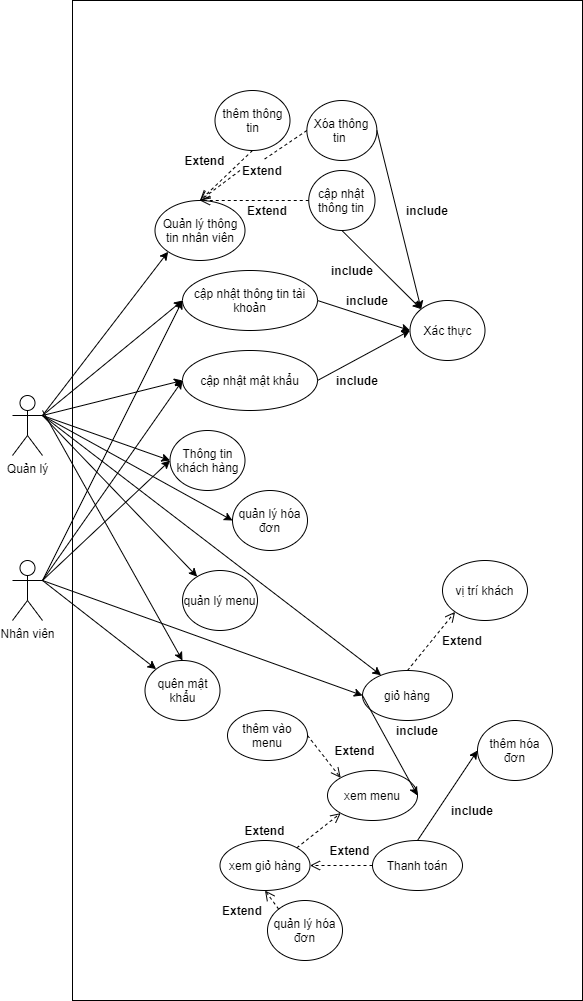
518H0090/FinalProjectAndroid keeps this draw.io diagram as Sơ đồ/all.png. Above is the earlier version. Source tidied: cells renumbered, new cells last; positions are measured from the earlier drawing's top-left corner, leaving out a move shared by most shapes.
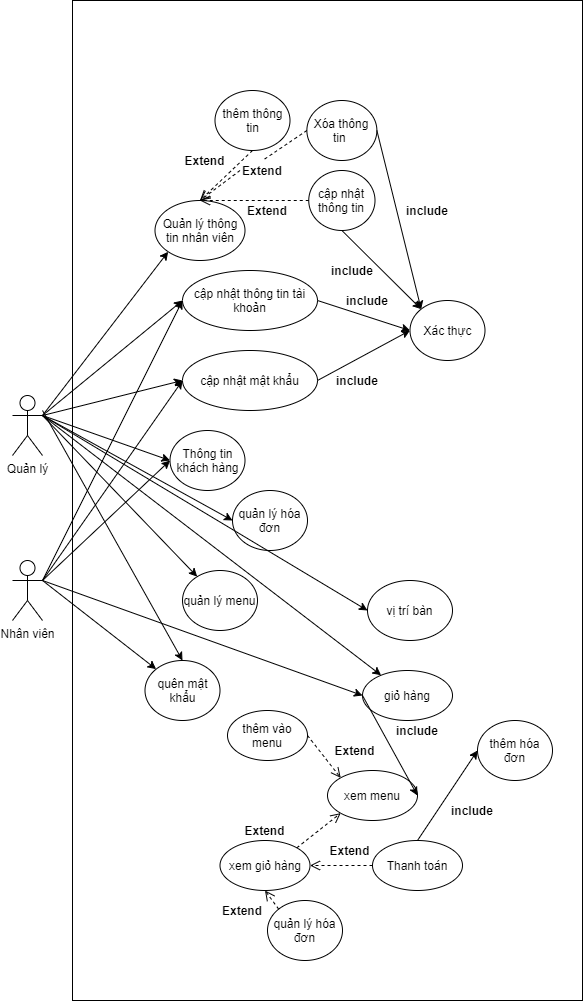
Above is the later version.

Diff of the diagram source:
```diff
@@ -14,9 +14,9 @@
     <mxCell id="5" value="quản lý menu" style="ellipse;whiteSpace=wrap;html=1;" parent="1" vertex="1">
       <mxGeometry x="170" y="570" width="75" height="60" as="geometry" />
     </mxCell>
-    <mxCell id="6" value="vị trí khách" style="ellipse;whiteSpace=wrap;html=1;" parent="1" vertex="1">
-      <mxGeometry x="430" y="560" width="85" height="60" as="geometry" />
-    </mxCell>
+    <mxCell id="66" value="vị trí bàn" style="ellipse;whiteSpace=wrap;html=1;" parent="1" vertex="1">
+      <mxGeometry x="355" y="580" width="85" height="60" as="geometry" />
+    </mxCell>
     <mxCell id="7" style="endArrow=classic;html=1;entryX=0;entryY=1;entryDx=0;entryDy=0;exitX=1;exitY=0.3333333333333333;exitDx=0;exitDy=0;exitPerimeter=0;" parent="1" edge="1" source="3" target="4">
       <mxGeometry relative="1" as="geometry" />
     </mxCell>
@@ -47,12 +47,6 @@
     <mxCell id="16" value="giỏ hàng" style="ellipse;whiteSpace=wrap;html=1;" parent="1" vertex="1">
       <mxGeometry x="350" y="670" width="90" height="50" as="geometry" />
     </mxCell>
-    <mxCell id="17" style="html=1;verticalAlign=bottom;endArrow=open;dashed=1;endSize=8;exitX=0.5;exitY=0;exitDx=0;exitDy=0;entryX=0;entryY=1;entryDx=0;entryDy=0;" parent="1" edge="1" source="16" target="6">
-      <mxGeometry relative="1" as="geometry" />
-    </mxCell>
-    <mxCell id="18" value="Extend" style="text;align=center;fontStyle=1;verticalAlign=middle;spacingLeft=3;spacingRight=3;strokeColor=none;" parent="1" vertex="1">
-      <mxGeometry x="427.5" y="630" width="45" height="20" as="geometry" />
-    </mxCell>
     <mxCell id="19" value="Thanh toán" style="ellipse;whiteSpace=wrap;html=1;" parent="1" vertex="1">
       <mxGeometry x="360" y="840" width="90" height="50" as="geometry" />
     </mxCell>
@@ -107,11 +101,11 @@
     <mxCell id="36" style="html=1;verticalAlign=bottom;endArrow=open;dashed=1;endSize=8;exitX=0;exitY=0.5;exitDx=0;exitDy=0;entryX=0.5;entryY=0;entryDx=0;entryDy=0;startArrow=none;" parent="1" edge="1" source="41" target="4">
       <mxGeometry relative="1" as="geometry" />
     </mxCell>
-    <mxCell id="37" style="html=1;verticalAlign=bottom;endArrow=open;dashed=1;endSize=8;exitX=0;exitY=0.5;exitDx=0;exitDy=0;" parent="1" edge="1" source="31">
-      <mxGeometry relative="1" as="geometry">
-        <mxPoint x="187.5" y="200" as="targetPoint" />
-      </mxGeometry>
-    </mxCell>
+    <mxCell id="67" style="html=1;verticalAlign=bottom;endArrow=open;dashed=1;endSize=8;exitX=0;exitY=0.5;exitDx=0;exitDy=0;" parent="1" edge="1" source="31">
+      <mxGeometry relative="1" as="geometry">
+        <mxPoint x="187.5" y="200" as="targetPoint" />
+      </mxGeometry>
+    </mxCell>
     <mxCell id="38" style="html=1;verticalAlign=bottom;endArrow=open;dashed=1;endSize=8;exitX=0.5;exitY=1;exitDx=0;exitDy=0;entryX=0.5;entryY=0;entryDx=0;entryDy=0;" parent="1" edge="1" source="29" target="4">
       <mxGeometry relative="1" as="geometry" />
     </mxCell>
@@ -175,11 +169,11 @@
     <mxCell id="58" value="Extend" style="text;align=center;fontStyle=1;verticalAlign=middle;spacingLeft=3;spacingRight=3;strokeColor=none;" parent="1" vertex="1">
       <mxGeometry x="207.5" y="900" width="45" height="20" as="geometry" />
     </mxCell>
-    <mxCell id="59" style="endArrow=classic;html=1;entryX=0.5;entryY=0;entryDx=0;entryDy=0;" parent="1" edge="1" target="23">
-      <mxGeometry relative="1" as="geometry">
-        <mxPoint x="30" y="410" as="sourcePoint" />
-      </mxGeometry>
-    </mxCell>
+    <mxCell id="68" style="endArrow=classic;html=1;entryX=0.5;entryY=0;entryDx=0;entryDy=0;" parent="1" edge="1" target="23">
+      <mxGeometry relative="1" as="geometry">
+        <mxPoint x="30" y="410" as="sourcePoint" />
+      </mxGeometry>
+    </mxCell>
     <mxCell id="60" value="Nhân viên" style="shape=umlActor;verticalLabelPosition=bottom;verticalAlign=top;html=1;outlineConnect=0;" parent="1" vertex="1">
       <mxGeometry y="560" width="30" height="60" as="geometry" />
     </mxCell>
@@ -198,5 +192,8 @@
     <mxCell id="65" style="endArrow=classic;html=1;exitX=1;exitY=0.3333333333333333;exitDx=0;exitDy=0;exitPerimeter=0;entryX=0;entryY=0;entryDx=0;entryDy=0;" parent="1" edge="1" source="60" target="23">
       <mxGeometry relative="1" as="geometry" />
     </mxCell>
+    <mxCell id="69" style="endArrow=classic;html=1;exitX=1;exitY=0.3333333333333333;exitDx=0;exitDy=0;exitPerimeter=0;entryX=0;entryY=0.5;entryDx=0;entryDy=0;" parent="1" edge="1" source="3" target="66">
+      <mxGeometry relative="1" as="geometry" />
+    </mxCell>
   </root>
 </mxGraphModel>
```
